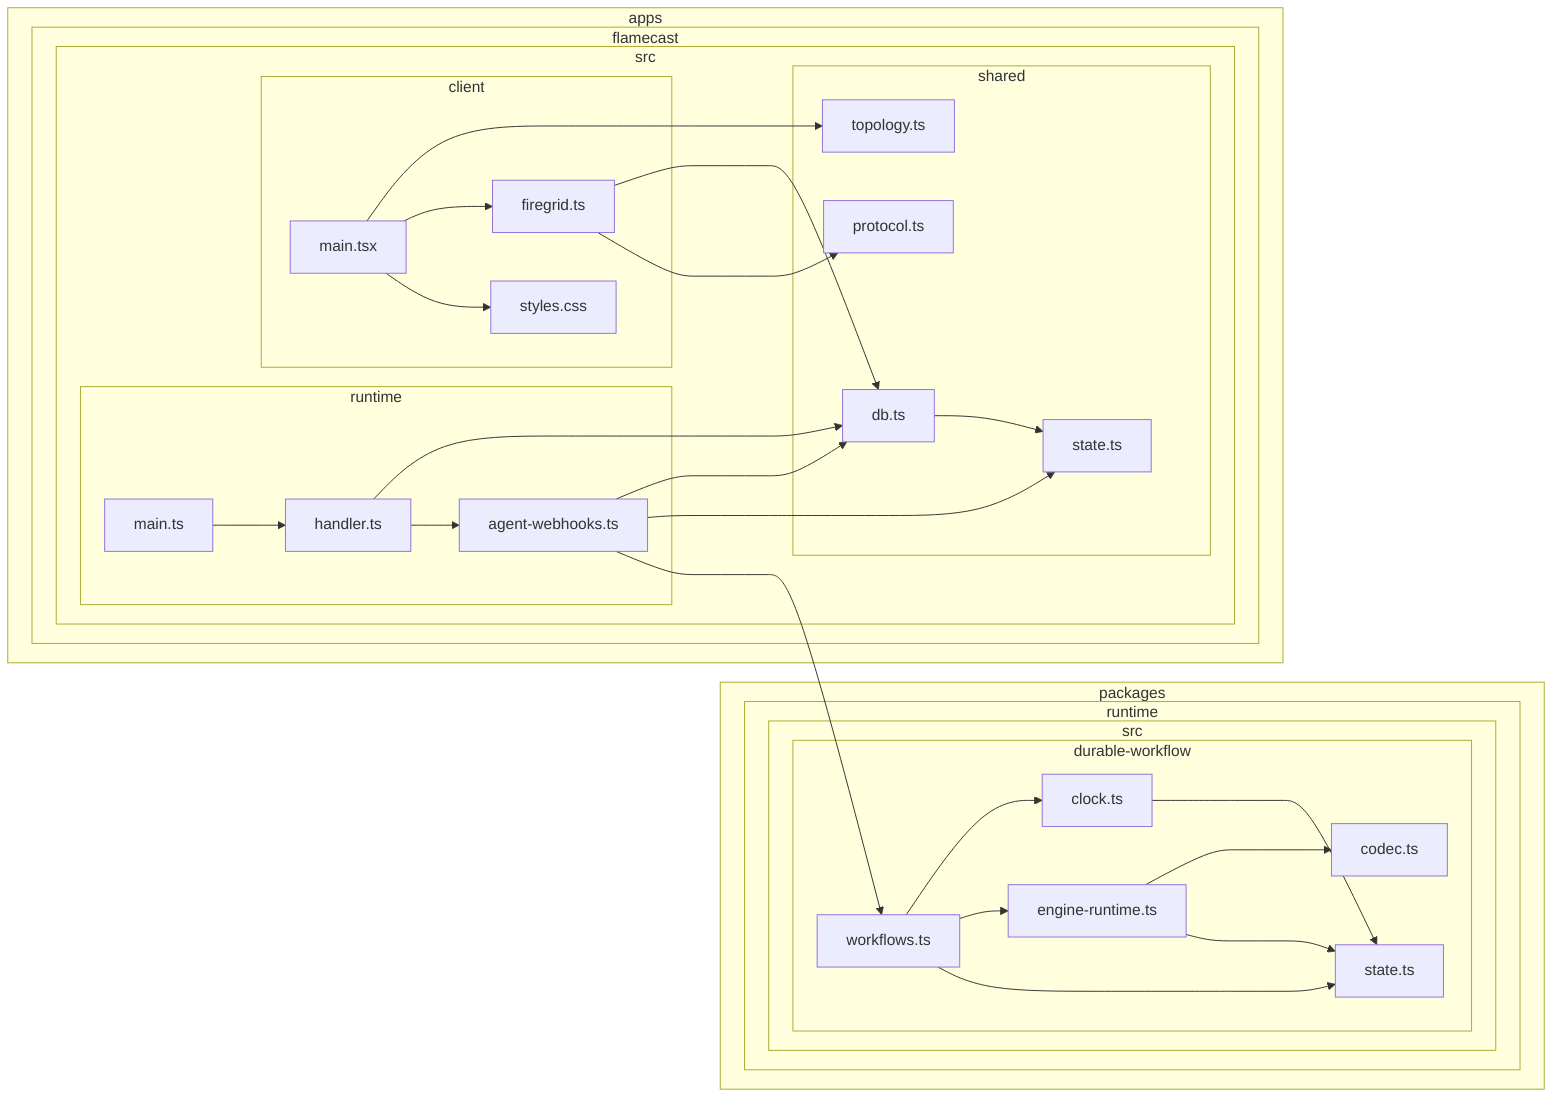
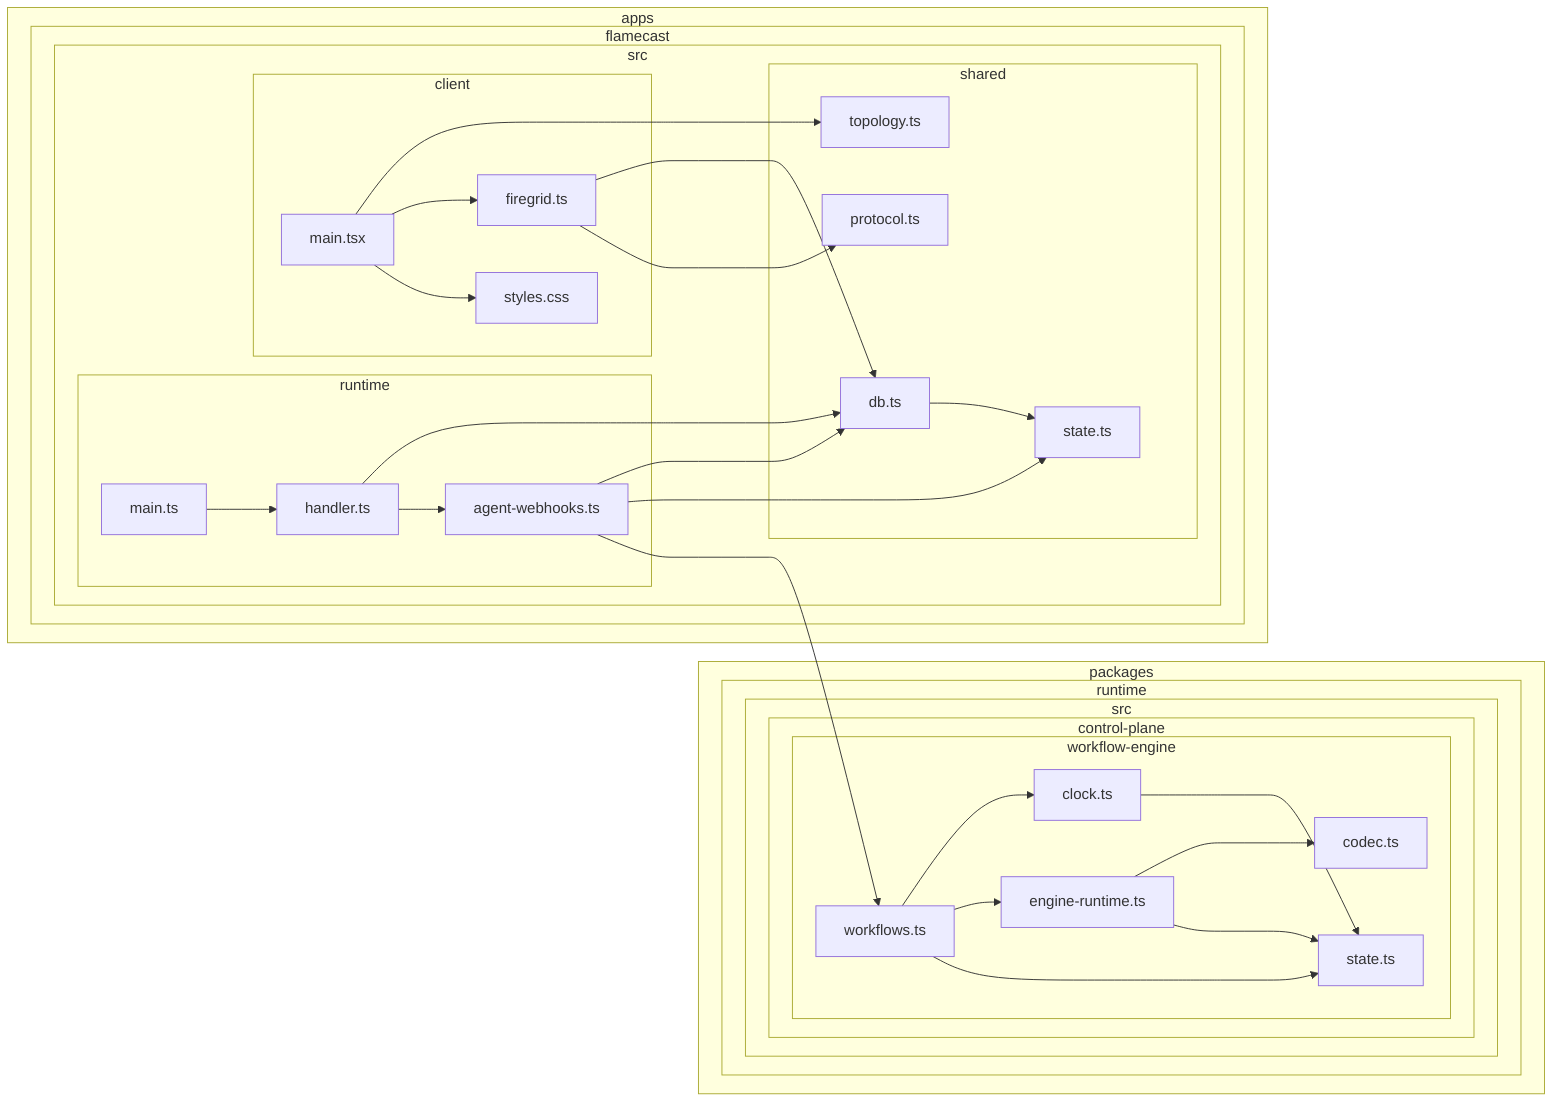
flowchart LR

subgraph 0["apps"]
subgraph 1["flamecast"]
subgraph 2["src"]
subgraph 3["client"]
4["firegrid.ts"]
9["main.tsx"]
A["styles.css"]
end
subgraph 5["shared"]
6["db.ts"]
7["state.ts"]
8["protocol.ts"]
B["topology.ts"]
end
subgraph C["runtime"]
D["agent-webhooks.ts"]
- N["handler.ts"]
- O["main.ts"]
+ O["handler.ts"]
+ P["main.ts"]
end
end
end
end
subgraph E["packages"]
subgraph F["runtime"]
subgraph G["src"]
- subgraph H["durable-workflow"]
- I["workflows.ts"]
- J["clock.ts"]
- K["state.ts"]
- L["engine-runtime.ts"]
- M["codec.ts"]
+ subgraph H["control-plane"]
+ subgraph I["workflow-engine"]
+ J["workflows.ts"]
+ K["clock.ts"]
+ L["state.ts"]
+ M["engine-runtime.ts"]
+ N["codec.ts"]
+ end
end
end
end
end
4-->6
4-->8
6-->7
9-->B
9-->4
9-->A
D-->6
D-->7
- D-->I
- I-->J
- I-->L
- I-->K
+ D-->J
J-->K
- L-->M
- L-->K
- N-->6
- N-->D
- O-->N
+ J-->M
+ J-->L
+ K-->L
+ M-->N
+ M-->L
+ O-->6
+ O-->D
+ P-->O
